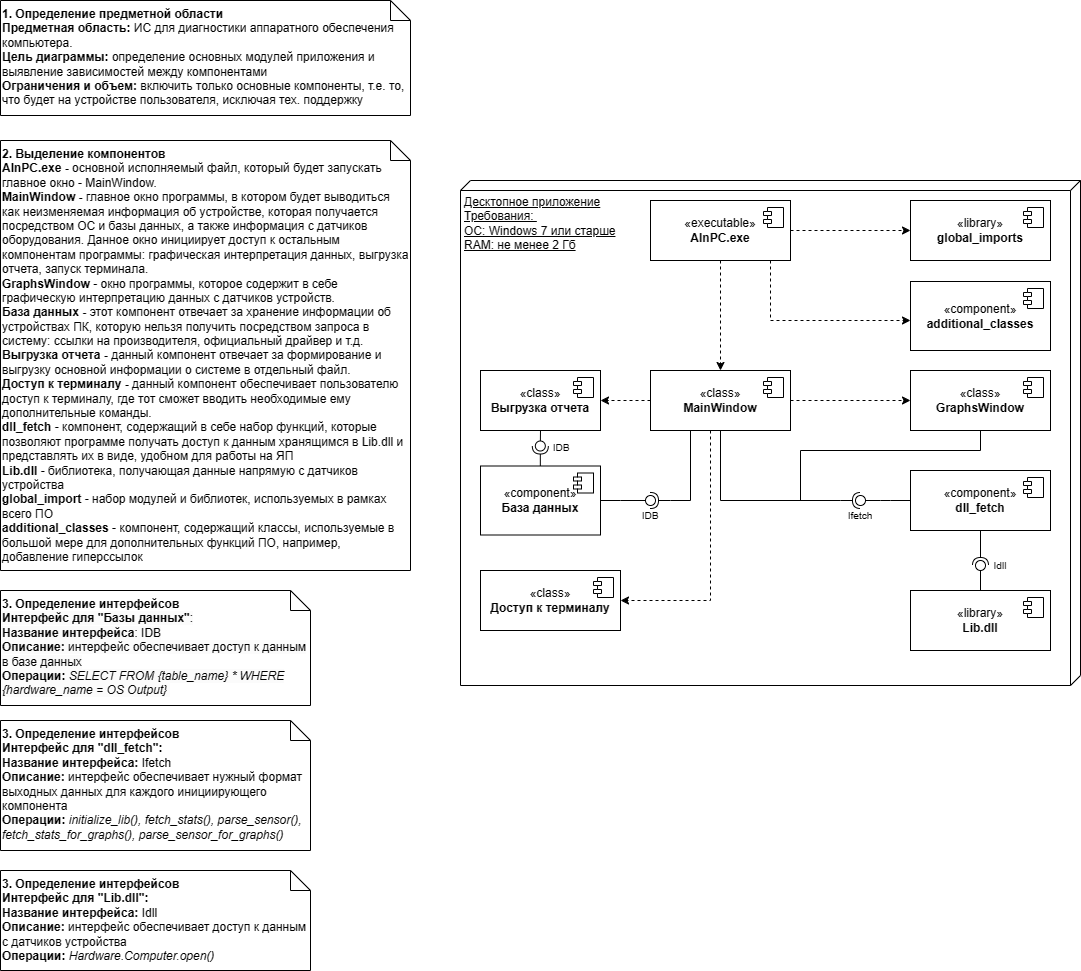
This is Диаграмма компонентов.png from Alekcey264/DiplomaVerevkin, a draw.io export, as it was before one commit. Source tidied: cells renumbered, new cells last; positions are measured from the earlier drawing's top-left corner, leaving out a move shared by most shapes.
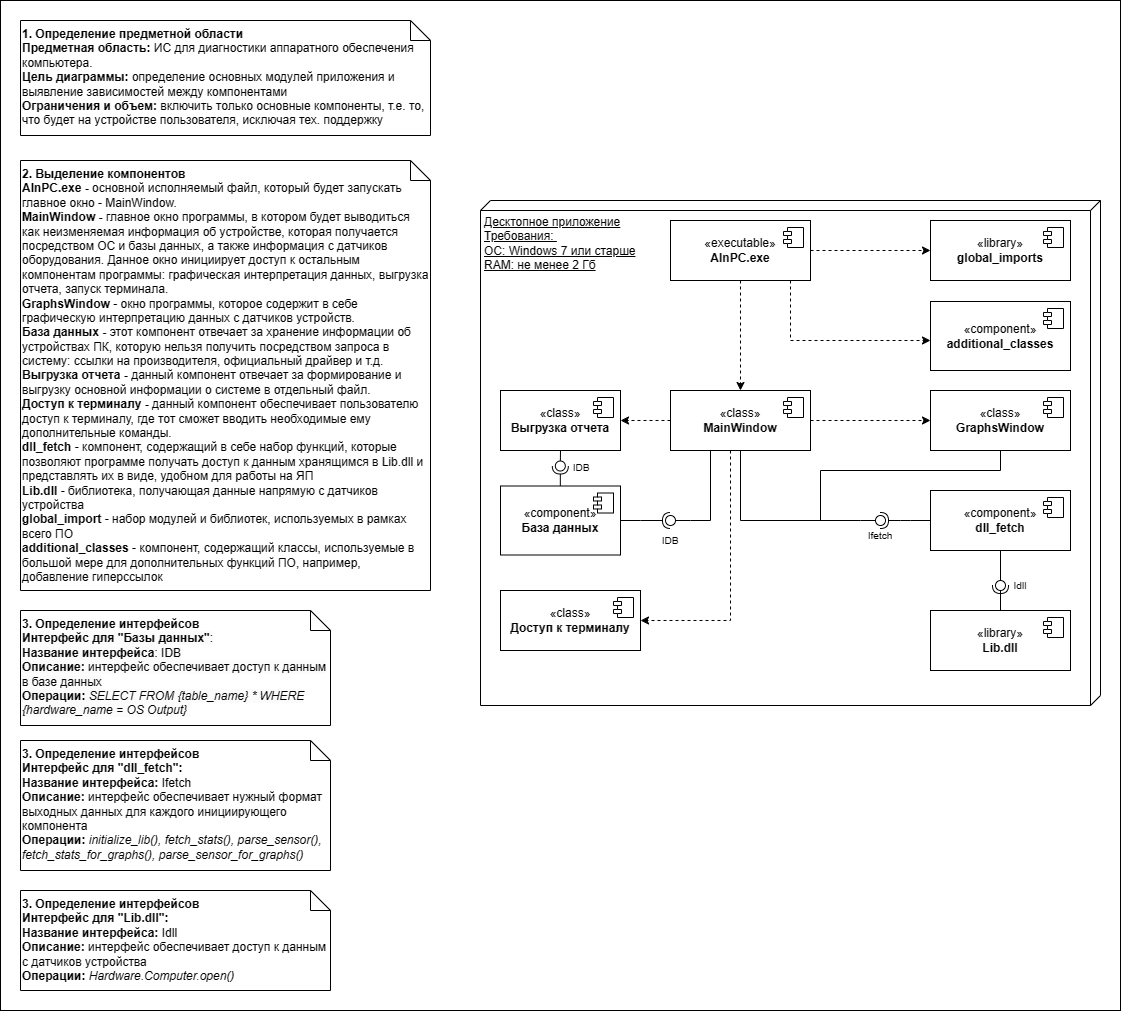
After the commit.

Change to the diagram source:
```diff
@@ -2,6 +2,9 @@
   <root>
     <mxCell id="0" />
     <mxCell id="1" parent="0" />
+    <mxCell id="61" style="rounded=0;whiteSpace=wrap;html=1;" parent="1" vertex="1">
+      <mxGeometry x="-20" y="-20" width="1120" height="1010" as="geometry" />
+    </mxCell>
     <mxCell id="2" value="Десктопное приложение&lt;br&gt;Требования:&amp;nbsp;&lt;br&gt;ОС: Windows 7 или старше&lt;br&gt;RAM: не менее 2 Гб&lt;br&gt;" style="verticalAlign=top;align=left;spacingTop=8;spacingLeft=2;spacingRight=12;shape=cube;size=10;direction=south;fontStyle=4;html=1;whiteSpace=wrap;" parent="1" vertex="1">
       <mxGeometry x="460" y="180" width="620" height="505" as="geometry" />
     </mxCell>
@@ -134,20 +137,20 @@
         <mxPoint x="-27" y="7" as="offset" />
       </mxGeometry>
     </mxCell>
-    <mxCell id="32" style="group;direction=west;rotation=-90;" parent="1" vertex="1">
+    <mxCell id="32" style="group;direction=west;rotation=90;" parent="1" vertex="1">
       <mxGeometry x="960" y="560" width="40" height="10" as="geometry" />
     </mxCell>
     <mxCell id="33" style="rounded=0;jettySize=auto;html=1;endArrow=halfCircle;endFill=0;endSize=6;strokeWidth=1;sketch=0;" parent="32" edge="1" target="35">
       <mxGeometry relative="1" as="geometry">
-        <mxPoint x="20" y="-15" as="sourcePoint" />
+        <mxPoint x="20" y="25" as="sourcePoint" />
       </mxGeometry>
     </mxCell>
     <mxCell id="34" style="rounded=0;jettySize=auto;html=1;endArrow=oval;endFill=0;sketch=0;sourcePerimeterSpacing=0;targetPerimeterSpacing=0;endSize=10;" parent="32" edge="1" target="35">
       <mxGeometry relative="1" as="geometry">
-        <mxPoint x="20" y="25" as="sourcePoint" />
+        <mxPoint x="20" y="-15" as="sourcePoint" />
       </mxGeometry>
     </mxCell>
-    <mxCell id="35" style="ellipse;whiteSpace=wrap;html=1;align=center;fillColor=none;strokeColor=none;perimeter=centerPerimeter;points=[];outlineConnect=1;rotation=-90;" parent="32" vertex="1">
+    <mxCell id="35" style="ellipse;whiteSpace=wrap;html=1;align=center;fillColor=none;strokeColor=none;perimeter=centerPerimeter;points=[];outlineConnect=1;rotation=90;" parent="32" vertex="1">
       <mxGeometry x="15" width="10" height="10" as="geometry" />
     </mxCell>
     <mxCell id="36" style="ellipse;whiteSpace=wrap;html=1;align=center;fillColor=none;strokeColor=none;perimeter=centerPerimeter;" parent="1" vertex="1">
@@ -156,20 +159,20 @@
     <mxCell id="37" value="&lt;font style=&quot;font-size: 10px;&quot;&gt;Ifetch&lt;/font&gt;" style="text;html=1;strokeColor=none;fillColor=none;align=center;verticalAlign=middle;whiteSpace=wrap;rounded=0;" parent="1" vertex="1">
       <mxGeometry x="830" y="500" width="60" height="30" as="geometry" />
     </mxCell>
-    <mxCell id="38" style="group;direction=west;rotation=-180;" parent="1" vertex="1">
+    <mxCell id="38" style="group;direction=west;rotation=0;" parent="1" vertex="1">
       <mxGeometry x="840" y="495" width="40" height="10" as="geometry" />
     </mxCell>
     <mxCell id="39" style="rounded=0;jettySize=auto;html=1;endArrow=halfCircle;endFill=0;endSize=6;strokeWidth=1;sketch=0;" parent="38" edge="1" target="41">
       <mxGeometry relative="1" as="geometry">
-        <mxPoint y="5" as="sourcePoint" />
+        <mxPoint x="40" y="5" as="sourcePoint" />
       </mxGeometry>
     </mxCell>
     <mxCell id="40" style="rounded=0;jettySize=auto;html=1;endArrow=oval;endFill=0;sketch=0;sourcePerimeterSpacing=0;targetPerimeterSpacing=0;endSize=10;" parent="38" edge="1" target="41">
       <mxGeometry relative="1" as="geometry">
-        <mxPoint x="40" y="5" as="sourcePoint" />
+        <mxPoint y="5" as="sourcePoint" />
       </mxGeometry>
     </mxCell>
-    <mxCell id="41" style="ellipse;whiteSpace=wrap;html=1;align=center;fillColor=none;strokeColor=none;perimeter=centerPerimeter;points=[];outlineConnect=1;rotation=-180;" parent="38" vertex="1">
+    <mxCell id="41" style="ellipse;whiteSpace=wrap;html=1;align=center;fillColor=none;strokeColor=none;perimeter=centerPerimeter;points=[];outlineConnect=1;rotation=0;" parent="38" vertex="1">
       <mxGeometry x="15" width="10" height="10" as="geometry" />
     </mxCell>
     <mxCell id="42" value="&lt;font style=&quot;font-size: 10px;&quot;&gt;Idll&lt;/font&gt;" style="text;html=1;strokeColor=none;fillColor=none;align=center;verticalAlign=middle;whiteSpace=wrap;rounded=0;" parent="1" vertex="1">
@@ -188,24 +191,24 @@
         <mxPoint x="-27" y="7" as="offset" />
       </mxGeometry>
     </mxCell>
-    <mxCell id="46" style="group;direction=west;rotation=0;" parent="1" vertex="1">
-      <mxGeometry x="630" y="495" width="40" height="10" as="geometry" />
+    <mxCell id="46" style="group;direction=west;rotation=-90;" parent="1" vertex="1">
+      <mxGeometry x="630" y="495" width="50" height="40" as="geometry" />
     </mxCell>
     <mxCell id="47" style="rounded=0;jettySize=auto;html=1;endArrow=halfCircle;endFill=0;endSize=6;strokeWidth=1;sketch=0;" parent="46" edge="1" target="49">
       <mxGeometry relative="1" as="geometry">
-        <mxPoint x="40" y="5" as="sourcePoint" />
+        <mxPoint y="5" as="sourcePoint" />
       </mxGeometry>
     </mxCell>
     <mxCell id="48" style="rounded=0;jettySize=auto;html=1;endArrow=oval;endFill=0;sketch=0;sourcePerimeterSpacing=0;targetPerimeterSpacing=0;endSize=10;" parent="46" edge="1" target="49">
       <mxGeometry relative="1" as="geometry">
-        <mxPoint y="5" as="sourcePoint" />
+        <mxPoint x="40" y="5" as="sourcePoint" />
       </mxGeometry>
     </mxCell>
-    <mxCell id="49" style="ellipse;whiteSpace=wrap;html=1;align=center;fillColor=none;strokeColor=none;perimeter=centerPerimeter;points=[];outlineConnect=1;rotation=0;" parent="46" vertex="1">
+    <mxCell id="49" style="ellipse;whiteSpace=wrap;html=1;align=center;fillColor=none;strokeColor=none;perimeter=centerPerimeter;points=[];outlineConnect=1;rotation=-180;" parent="46" vertex="1">
       <mxGeometry x="15" width="10" height="10" as="geometry" />
     </mxCell>
-    <mxCell id="50" value="&lt;span style=&quot;font-size: 10px;&quot;&gt;IDB&lt;/span&gt;" style="text;html=1;strokeColor=none;fillColor=none;align=center;verticalAlign=middle;whiteSpace=wrap;rounded=0;" parent="1" vertex="1">
-      <mxGeometry x="620" y="500" width="60" height="30" as="geometry" />
+    <mxCell id="50" value="&lt;span style=&quot;font-size: 10px;&quot;&gt;IDB&lt;/span&gt;" style="text;html=1;strokeColor=none;fillColor=none;align=center;verticalAlign=middle;whiteSpace=wrap;rounded=0;" parent="46" vertex="1">
+      <mxGeometry x="-10" y="10" width="60" height="30" as="geometry" />
     </mxCell>
     <mxCell id="51" style="rounded=0;orthogonalLoop=1;jettySize=auto;html=1;endArrow=halfCircle;endFill=0;endSize=6;strokeWidth=1;sketch=0;" parent="1" edge="1">
       <mxGeometry relative="1" as="geometry">
```
